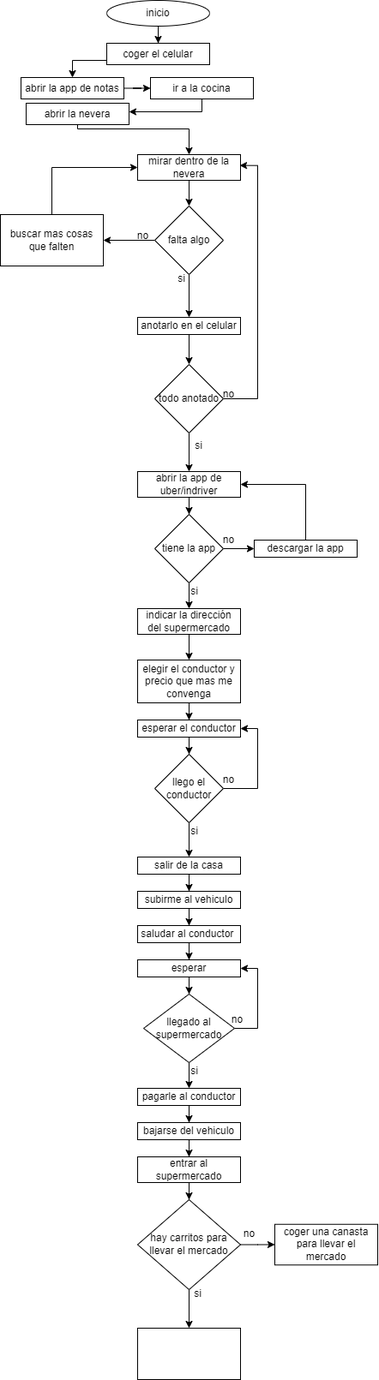
Above: Hacer mercado.png in dasamepu/platzi-flowcharts-de-la-vida-diaria (draw.io), before the change. Source tidied: cells renumbered, new cells last; positions are measured from the earlier drawing's top-left corner, leaving out a move shared by most shapes.
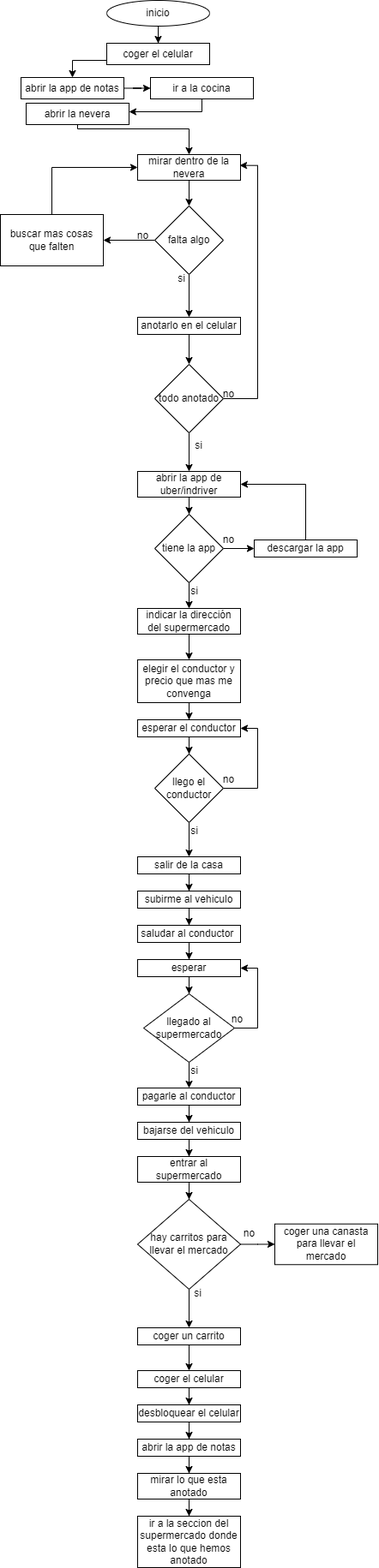
The same diagram one commit later.

What changed in the source:
```diff
@@ -248,11 +248,41 @@
     <mxCell id="71" value="no" style="text;html=1;align=center;verticalAlign=middle;strokeColor=none;fillColor=none;" parent="1" vertex="1">
       <mxGeometry x="270" y="1425" width="40" height="30" as="geometry" />
     </mxCell>
+    <mxCell id="74" style="edgeStyle=orthogonalEdgeStyle;rounded=0;jettySize=auto;html=1;" parent="1" edge="1" source="72" target="76">
+      <mxGeometry relative="1" as="geometry" />
+    </mxCell>
-    <mxCell id="72" style="whiteSpace=wrap;html=1;" parent="1" vertex="1">
-      <mxGeometry x="160" y="1550" width="120" height="60" as="geometry" />
+    <mxCell id="72" value="coger un carrito" style="whiteSpace=wrap;html=1;" parent="1" vertex="1">
+      <mxGeometry x="160" y="1550" width="120" height="20" as="geometry" />
     </mxCell>
     <mxCell id="73" value="si" style="text;html=1;align=center;verticalAlign=middle;strokeColor=none;fillColor=none;" parent="1" vertex="1">
       <mxGeometry x="215" y="1495" width="30" height="30" as="geometry" />
     </mxCell>
+    <mxCell id="75" style="edgeStyle=orthogonalEdgeStyle;rounded=0;jettySize=auto;html=1;" parent="1" edge="1" source="76" target="78">
+      <mxGeometry relative="1" as="geometry" />
+    </mxCell>
+    <mxCell id="76" value="coger el celular" style="whiteSpace=wrap;html=1;" parent="1" vertex="1">
+      <mxGeometry x="160" y="1600" width="120" height="20" as="geometry" />
+    </mxCell>
+    <mxCell id="77" style="edgeStyle=orthogonalEdgeStyle;rounded=0;jettySize=auto;html=1;" parent="1" edge="1" source="78" target="80">
+      <mxGeometry relative="1" as="geometry" />
+    </mxCell>
+    <mxCell id="78" value="desbloquear el celular" style="whiteSpace=wrap;html=1;" parent="1" vertex="1">
+      <mxGeometry x="160" y="1640" width="120" height="20" as="geometry" />
+    </mxCell>
+    <mxCell id="79" style="edgeStyle=orthogonalEdgeStyle;rounded=0;jettySize=auto;html=1;" parent="1" edge="1" source="80" target="82">
+      <mxGeometry relative="1" as="geometry" />
+    </mxCell>
+    <mxCell id="80" value="abrir la app de notas" style="whiteSpace=wrap;html=1;" parent="1" vertex="1">
+      <mxGeometry x="160" y="1680" width="120" height="20" as="geometry" />
+    </mxCell>
+    <mxCell id="81" style="edgeStyle=orthogonalEdgeStyle;rounded=0;jettySize=auto;html=1;" parent="1" edge="1" source="82" target="83">
+      <mxGeometry relative="1" as="geometry" />
+    </mxCell>
+    <mxCell id="82" value="mirar lo que esta anotado" style="whiteSpace=wrap;html=1;" parent="1" vertex="1">
+      <mxGeometry x="160" y="1720" width="120" height="30" as="geometry" />
+    </mxCell>
+    <mxCell id="83" value="ir a la seccion del supermercado donde esta lo que hemos anotado" style="whiteSpace=wrap;html=1;" parent="1" vertex="1">
+      <mxGeometry x="160" y="1770" width="120" height="60" as="geometry" />
+    </mxCell>
   </root>
 </mxGraphModel>
```
